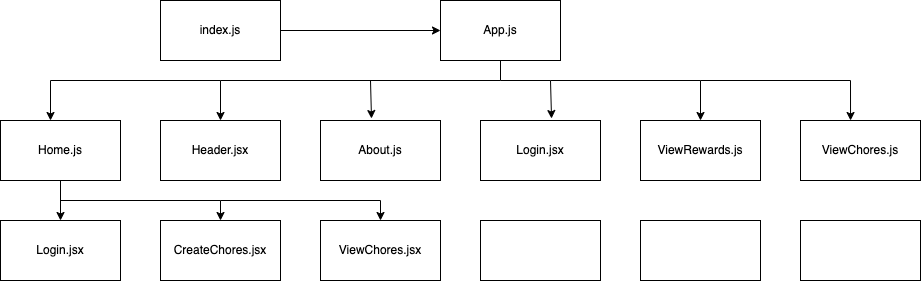
dwu621/Chores keeps this draw.io diagram as Chores Components Diagram.drawio.png. Above is the earlier version. Source tidied: cells renumbered, new cells last; positions are measured from the earlier drawing's top-left corner, leaving out a move shared by most shapes.
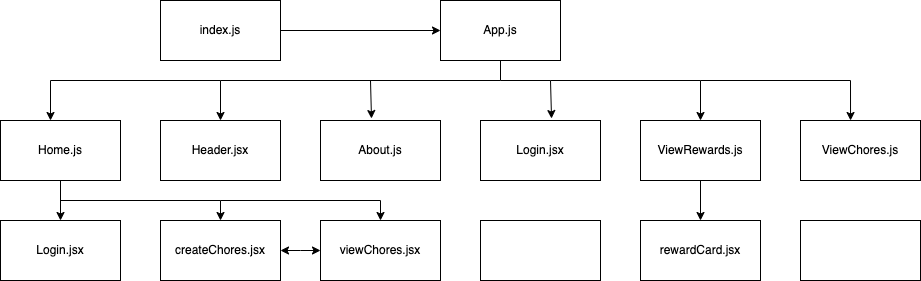
Later version of the same file.

Diff of the diagram source:
```diff
@@ -26,16 +26,16 @@
     <mxCell id="9" value="ViewChores.js" style="rounded=0;whiteSpace=wrap;html=1;" parent="1" vertex="1">
       <mxGeometry x="800" y="120" width="120" height="60" as="geometry" />
     </mxCell>
-    <mxCell id="10" value="CreateChores.jsx" style="rounded=0;whiteSpace=wrap;html=1;" parent="1" vertex="1">
+    <mxCell id="10" value="createChores.jsx" style="rounded=0;whiteSpace=wrap;html=1;" parent="1" vertex="1">
       <mxGeometry x="160" y="220" width="120" height="60" as="geometry" />
     </mxCell>
-    <mxCell id="11" value="ViewChores.jsx" style="rounded=0;whiteSpace=wrap;html=1;" parent="1" vertex="1">
+    <mxCell id="11" value="viewChores.jsx" style="rounded=0;whiteSpace=wrap;html=1;" parent="1" vertex="1">
       <mxGeometry x="320" y="220" width="120" height="60" as="geometry" />
     </mxCell>
     <mxCell id="12" style="rounded=0;whiteSpace=wrap;html=1;" parent="1" vertex="1">
       <mxGeometry x="480" y="220" width="120" height="60" as="geometry" />
     </mxCell>
-    <mxCell id="13" style="rounded=0;whiteSpace=wrap;html=1;" parent="1" vertex="1">
+    <mxCell id="13" value="rewardCard.jsx" style="rounded=0;whiteSpace=wrap;html=1;" parent="1" vertex="1">
       <mxGeometry x="640" y="220" width="120" height="60" as="geometry" />
     </mxCell>
     <mxCell id="14" style="endArrow=classic;html=1;rounded=0;" parent="1" edge="1" source="2" target="3">
@@ -110,5 +110,15 @@
         </Array>
       </mxGeometry>
     </mxCell>
+    <mxCell id="26" style="endArrow=classic;startArrow=classic;html=1;rounded=0;exitX=1;exitY=0.5;exitDx=0;exitDy=0;entryX=0;entryY=0.5;entryDx=0;entryDy=0;" parent="1" edge="1" source="10" target="11">
+      <mxGeometry relative="1" as="geometry">
+        <Array as="points">
+          <mxPoint x="300" y="250" />
+        </Array>
+      </mxGeometry>
+    </mxCell>
+    <mxCell id="27" style="endArrow=classic;html=1;rounded=0;exitX=0.5;exitY=1;exitDx=0;exitDy=0;entryX=0.5;entryY=0;entryDx=0;entryDy=0;" parent="1" edge="1" source="7" target="13">
+      <mxGeometry relative="1" as="geometry" />
+    </mxCell>
   </root>
 </mxGraphModel>
```
